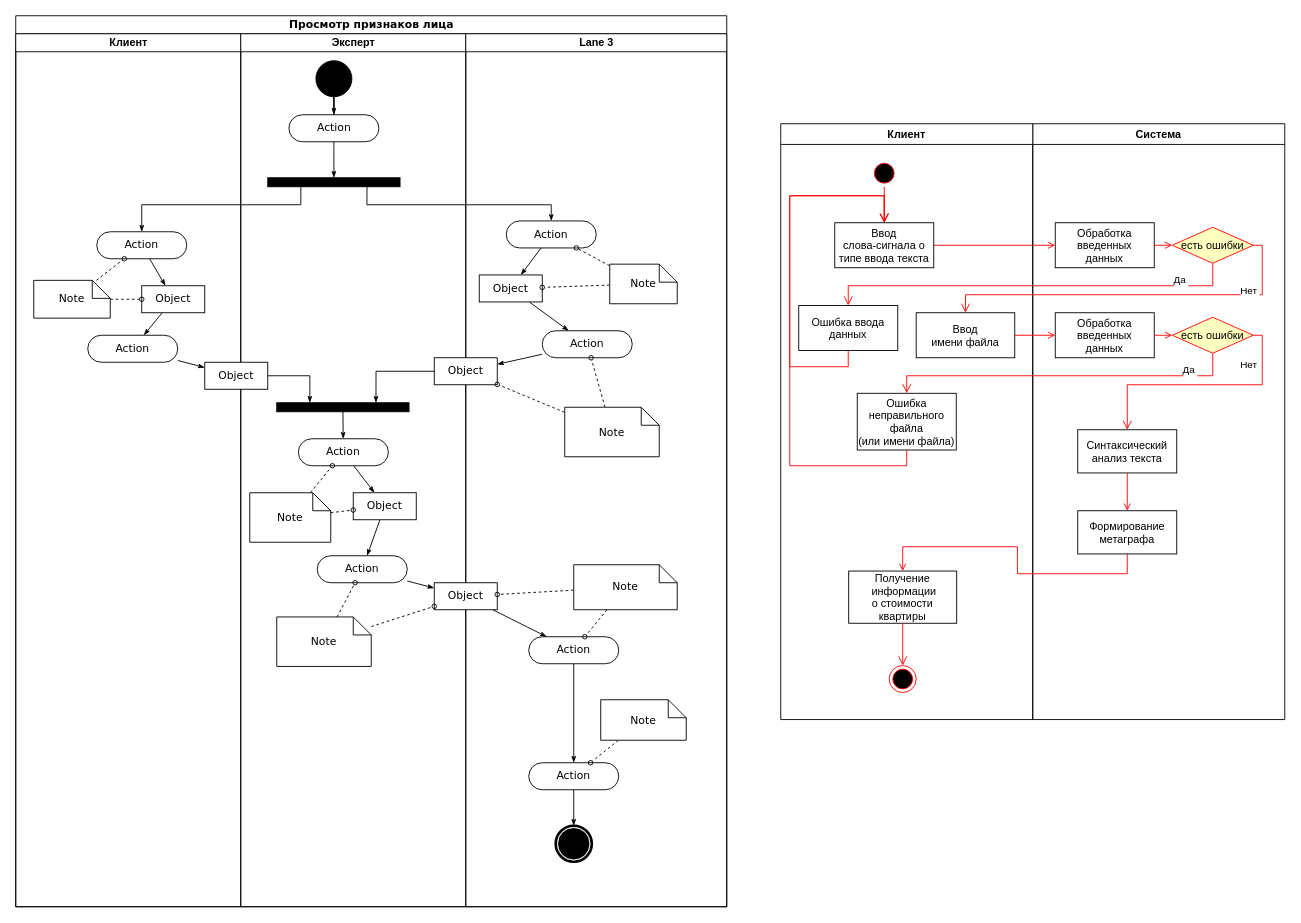
Before: page "Page-1" (1 of 4) of lab4.drawio in DMfananddu/Computing-Facilities-AIPCS, a draw.io diagram. Source tidied: cells renumbered, new cells numbered last; positions are measured from the earlier drawing's top-left corner, leaving out a move shared by most shapes. Both pictures are drawn from the tidied source at 90%, with x=0, y=0 at pixel (15, 15).
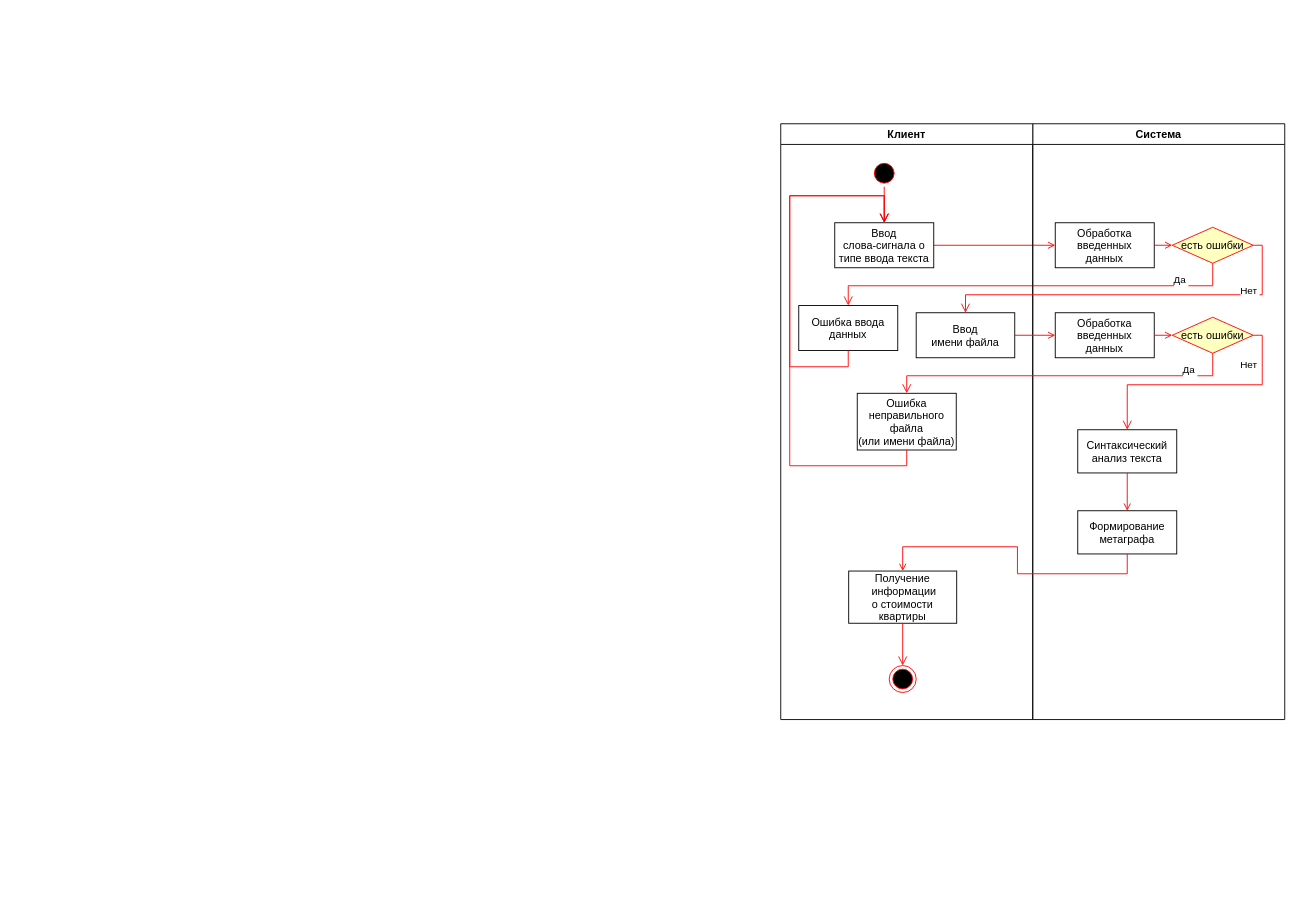
The same page after the edit.

Diff of the diagram source:
```diff
@@
-    <mxCell id="2" value="Просмотр признаков лица" style="swimlane;html=1;startSize=20;rounded=0;shadow=0;comic=0;labelBackgroundColor=none;strokeWidth=1;fontFamily=Verdana;fontSize=12;align=center;" parent="1" vertex="1">
-      <mxGeometry width="790" height="990" as="geometry" />
-    </mxCell>
-    <mxCell id="3" value="Клиент" style="swimlane;html=1;startSize=20;" parent="2" vertex="1">
-      <mxGeometry y="20" width="250" height="970" as="geometry" />
-    </mxCell>
-    <mxCell id="4" style="edgeStyle=none;rounded=0;html=1;labelBackgroundColor=none;startArrow=none;startFill=0;startSize=5;endArrow=classicThin;endFill=1;endSize=5;jettySize=auto;strokeWidth=1;fontFamily=Verdana;fontSize=12;" parent="3" edge="1" source="5" target="8">
-      <mxGeometry relative="1" as="geometry" />
-    </mxCell>
-    <mxCell id="5" value="Action" style="rounded=1;whiteSpace=wrap;html=1;shadow=0;comic=0;labelBackgroundColor=none;strokeWidth=1;fontFamily=Verdana;fontSize=12;align=center;arcSize=50;" parent="3" vertex="1">
-      <mxGeometry x="90" y="220" width="100" height="30" as="geometry" />
-    </mxCell>
-    <mxCell id="6" value="Action" style="rounded=1;whiteSpace=wrap;html=1;shadow=0;comic=0;labelBackgroundColor=none;strokeWidth=1;fontFamily=Verdana;fontSize=12;align=center;arcSize=50;" parent="3" vertex="1">
-      <mxGeometry x="80" y="335" width="100" height="30" as="geometry" />
-    </mxCell>
-    <mxCell id="7" style="edgeStyle=none;rounded=0;html=1;labelBackgroundColor=none;startArrow=none;startFill=0;startSize=5;endArrow=classicThin;endFill=1;endSize=5;jettySize=auto;strokeWidth=1;fontFamily=Verdana;fontSize=12;" parent="3" edge="1" source="8" target="6">
-      <mxGeometry relative="1" as="geometry" />
-    </mxCell>
-    <mxCell id="8" value="Object" style="rounded=0;whiteSpace=wrap;html=1;shadow=0;comic=0;labelBackgroundColor=none;strokeWidth=1;fontFamily=Verdana;fontSize=12;align=center;arcSize=50;" parent="3" vertex="1">
-      <mxGeometry x="140" y="280" width="70" height="30" as="geometry" />
-    </mxCell>
-    <mxCell id="9" style="edgeStyle=none;rounded=0;html=1;labelBackgroundColor=none;startArrow=none;startFill=0;startSize=5;endArrow=oval;endFill=0;endSize=5;jettySize=auto;strokeWidth=1;fontFamily=Verdana;fontSize=12;dashed=1;" parent="3" edge="1" source="11" target="5">
-      <mxGeometry relative="1" as="geometry" />
-    </mxCell>
-    <mxCell id="10" style="edgeStyle=none;rounded=0;html=1;dashed=1;labelBackgroundColor=none;startArrow=none;startFill=0;startSize=5;endArrow=oval;endFill=0;endSize=5;jettySize=auto;strokeWidth=1;fontFamily=Verdana;fontSize=12;" parent="3" edge="1" source="11" target="8">
-      <mxGeometry relative="1" as="geometry" />
-    </mxCell>
-    <mxCell id="11" value="Note" style="shape=note;whiteSpace=wrap;html=1;rounded=0;shadow=0;comic=0;labelBackgroundColor=none;strokeWidth=1;fontFamily=Verdana;fontSize=12;align=center;size=20;" parent="3" vertex="1">
-      <mxGeometry x="20" y="274" width="85" height="42" as="geometry" />
-    </mxCell>
-    <mxCell id="12" value="Эксперт" style="swimlane;html=1;startSize=20;" parent="2" vertex="1">
-      <mxGeometry x="250" y="20" width="250" height="970" as="geometry" />
-    </mxCell>
-    <mxCell id="13" style="whiteSpace=wrap;html=1;rounded=0;shadow=0;comic=0;labelBackgroundColor=none;strokeWidth=1;fillColor=#000000;fontFamily=Verdana;fontSize=12;align=center;rotation=0;" parent="12" vertex="1">
-      <mxGeometry x="30" y="160" width="147" height="10" as="geometry" />
-    </mxCell>
-    <mxCell id="14" style="edgeStyle=none;rounded=0;html=1;labelBackgroundColor=none;startArrow=none;startFill=0;startSize=5;endArrow=classicThin;endFill=1;endSize=5;jettySize=auto;strokeWidth=1;fontFamily=Verdana;fontSize=12;" parent="12" edge="1" source="17" target="23">
-      <mxGeometry relative="1" as="geometry" />
-    </mxCell>
-    <mxCell id="15" value="Action" style="rounded=1;whiteSpace=wrap;html=1;shadow=0;comic=0;labelBackgroundColor=none;strokeWidth=1;fontFamily=Verdana;fontSize=12;align=center;arcSize=50;" parent="12" vertex="1">
-      <mxGeometry x="53.5" y="90" width="100" height="30" as="geometry" />
-    </mxCell>
-    <mxCell id="16" style="ellipse;whiteSpace=wrap;html=1;rounded=0;shadow=0;comic=0;labelBackgroundColor=none;strokeWidth=1;fillColor=#000000;fontFamily=Verdana;fontSize=12;align=center;" parent="12" vertex="1">
-      <mxGeometry x="83.5" y="30" width="40" height="40" as="geometry" />
-    </mxCell>
-    <mxCell id="17" value="Action" style="rounded=1;whiteSpace=wrap;html=1;shadow=0;comic=0;labelBackgroundColor=none;strokeWidth=1;fontFamily=Verdana;fontSize=12;align=center;arcSize=50;" parent="12" vertex="1">
-      <mxGeometry x="64" y="450" width="100" height="30" as="geometry" />
-    </mxCell>
-    <mxCell id="18" style="edgeStyle=none;rounded=0;html=1;labelBackgroundColor=none;startArrow=none;startFill=0;startSize=5;endArrow=classicThin;endFill=1;endSize=5;jettySize=auto;strokeWidth=1;fontFamily=Verdana;fontSize=12;" parent="12" edge="1" source="19" target="17">
-      <mxGeometry relative="1" as="geometry" />
-    </mxCell>
-    <mxCell id="19" style="whiteSpace=wrap;html=1;rounded=0;shadow=0;comic=0;labelBackgroundColor=none;strokeWidth=1;fillColor=#000000;fontFamily=Verdana;fontSize=12;align=center;rotation=0;" parent="12" vertex="1">
-      <mxGeometry x="40" y="410" width="147" height="10" as="geometry" />
-    </mxCell>
-    <mxCell id="20" style="edgeStyle=orthogonalEdgeStyle;rounded=0;html=1;entryX=0.25;entryY=0;labelBackgroundColor=none;startArrow=none;startFill=0;startSize=5;endArrow=classicThin;endFill=1;endSize=5;jettySize=auto;strokeWidth=1;fontFamily=Verdana;fontSize=12;" parent="12" edge="1" source="21" target="19">
-      <mxGeometry relative="1" as="geometry" />
-    </mxCell>
-    <mxCell id="21" value="Object" style="rounded=0;whiteSpace=wrap;html=1;shadow=0;comic=0;labelBackgroundColor=none;strokeWidth=1;fontFamily=Verdana;fontSize=12;align=center;arcSize=50;" parent="12" vertex="1">
-      <mxGeometry x="-40" y="365" width="70" height="30" as="geometry" />
-    </mxCell>
-    <mxCell id="22" style="edgeStyle=none;rounded=0;html=1;labelBackgroundColor=none;startArrow=none;startFill=0;startSize=5;endArrow=classicThin;endFill=1;endSize=5;jettySize=auto;strokeWidth=1;fontFamily=Verdana;fontSize=12;" parent="12" edge="1" source="23" target="24">
-      <mxGeometry relative="1" as="geometry" />
-    </mxCell>
-    <mxCell id="23" value="Object" style="rounded=0;whiteSpace=wrap;html=1;shadow=0;comic=0;labelBackgroundColor=none;strokeWidth=1;fontFamily=Verdana;fontSize=12;align=center;arcSize=50;" parent="12" vertex="1">
-      <mxGeometry x="125" y="510" width="70" height="30" as="geometry" />
-    </mxCell>
-    <mxCell id="24" value="Action" style="rounded=1;whiteSpace=wrap;html=1;shadow=0;comic=0;labelBackgroundColor=none;strokeWidth=1;fontFamily=Verdana;fontSize=12;align=center;arcSize=50;" parent="12" vertex="1">
-      <mxGeometry x="85" y="580" width="100" height="30" as="geometry" />
-    </mxCell>
-    <mxCell id="25" style="edgeStyle=none;rounded=0;html=1;dashed=1;labelBackgroundColor=none;startArrow=none;startFill=0;startSize=5;endArrow=oval;endFill=0;endSize=5;jettySize=auto;strokeWidth=1;fontFamily=Verdana;fontSize=12;" parent="12" edge="1" source="27" target="17">
-      <mxGeometry relative="1" as="geometry" />
-    </mxCell>
-    <mxCell id="26" style="edgeStyle=none;rounded=0;html=1;dashed=1;labelBackgroundColor=none;startArrow=none;startFill=0;startSize=5;endArrow=oval;endFill=0;endSize=5;jettySize=auto;strokeWidth=1;fontFamily=Verdana;fontSize=12;" parent="12" edge="1" source="27" target="23">
-      <mxGeometry relative="1" as="geometry" />
-    </mxCell>
-    <mxCell id="27" value="Note" style="shape=note;whiteSpace=wrap;html=1;rounded=0;shadow=0;comic=0;labelBackgroundColor=none;strokeWidth=1;fontFamily=Verdana;fontSize=12;align=center;size=20;" parent="12" vertex="1">
-      <mxGeometry x="10" y="510" width="90" height="55" as="geometry" />
-    </mxCell>
-    <mxCell id="28" style="edgeStyle=none;rounded=0;html=1;dashed=1;labelBackgroundColor=none;startArrow=none;startFill=0;startSize=5;endArrow=oval;endFill=0;endSize=5;jettySize=auto;strokeWidth=1;fontFamily=Verdana;fontSize=12;" parent="12" edge="1" source="29" target="24">
-      <mxGeometry relative="1" as="geometry" />
-    </mxCell>
-    <mxCell id="29" value="Note" style="shape=note;whiteSpace=wrap;html=1;rounded=0;shadow=0;comic=0;labelBackgroundColor=none;strokeWidth=1;fontFamily=Verdana;fontSize=12;align=center;size=20;" parent="12" vertex="1">
-      <mxGeometry x="40" y="648" width="105" height="55" as="geometry" />
-    </mxCell>
-    <mxCell id="30" style="edgeStyle=orthogonalEdgeStyle;rounded=0;html=1;entryX=0.5;entryY=0;labelBackgroundColor=none;startArrow=none;startFill=0;startSize=5;endArrow=classicThin;endFill=1;endSize=5;jettySize=auto;strokeWidth=1;fontFamily=Verdana;fontSize=12;" parent="12" edge="1" source="15" target="13">
-      <mxGeometry relative="1" as="geometry">
-        <Array as="points">
-          <mxPoint x="104" y="125" />
-        </Array>
-      </mxGeometry>
-    </mxCell>
-    <mxCell id="31" style="edgeStyle=orthogonalEdgeStyle;rounded=0;html=1;labelBackgroundColor=none;startArrow=none;startFill=0;startSize=5;endArrow=classicThin;endFill=1;endSize=5;jettySize=auto;strokeWidth=1;fontFamily=Verdana;fontSize=12;" parent="12" edge="1" source="16" target="15">
-      <mxGeometry relative="1" as="geometry" />
-    </mxCell>
-    <mxCell id="32" value="Lane 3" style="swimlane;html=1;startSize=20;" parent="2" vertex="1">
-      <mxGeometry x="500" y="20" width="290" height="970" as="geometry" />
-    </mxCell>
-    <mxCell id="33" style="rounded=0;html=1;labelBackgroundColor=none;startArrow=none;startFill=0;startSize=5;endArrow=classicThin;endFill=1;endSize=5;jettySize=auto;strokeWidth=1;fontFamily=Verdana;fontSize=12;" parent="32" edge="1" source="34" target="38">
-      <mxGeometry relative="1" as="geometry" />
-    </mxCell>
-    <mxCell id="34" value="Action" style="rounded=1;whiteSpace=wrap;html=1;shadow=0;comic=0;labelBackgroundColor=none;strokeWidth=1;fontFamily=Verdana;fontSize=12;align=center;arcSize=50;" parent="32" vertex="1">
-      <mxGeometry x="45" y="208" width="100" height="30" as="geometry" />
-    </mxCell>
-    <mxCell id="35" style="edgeStyle=none;rounded=0;html=1;labelBackgroundColor=none;startArrow=none;startFill=0;startSize=5;endArrow=classicThin;endFill=1;endSize=5;jettySize=auto;strokeWidth=1;fontFamily=Verdana;fontSize=12;" parent="32" edge="1" source="36" target="39">
-      <mxGeometry relative="1" as="geometry" />
-    </mxCell>
-    <mxCell id="36" value="Action" style="rounded=1;whiteSpace=wrap;html=1;shadow=0;comic=0;labelBackgroundColor=none;strokeWidth=1;fontFamily=Verdana;fontSize=12;align=center;arcSize=50;" parent="32" vertex="1">
-      <mxGeometry x="85" y="330" width="100" height="30" as="geometry" />
-    </mxCell>
-    <mxCell id="37" style="edgeStyle=none;rounded=0;html=1;labelBackgroundColor=none;startArrow=none;startFill=0;startSize=5;endArrow=classicThin;endFill=1;endSize=5;jettySize=auto;strokeWidth=1;fontFamily=Verdana;fontSize=12;" parent="32" edge="1" source="38" target="36">
-      <mxGeometry relative="1" as="geometry" />
-    </mxCell>
-    <mxCell id="38" value="Object" style="rounded=0;whiteSpace=wrap;html=1;shadow=0;comic=0;labelBackgroundColor=none;strokeWidth=1;fontFamily=Verdana;fontSize=12;align=center;arcSize=50;" parent="32" vertex="1">
-      <mxGeometry x="15" y="268" width="70" height="30" as="geometry" />
-    </mxCell>
-    <mxCell id="39" value="Object" style="rounded=0;whiteSpace=wrap;html=1;shadow=0;comic=0;labelBackgroundColor=none;strokeWidth=1;fontFamily=Verdana;fontSize=12;align=center;arcSize=50;" parent="32" vertex="1">
-      <mxGeometry x="-35" y="360" width="70" height="30" as="geometry" />
-    </mxCell>
-    <mxCell id="40" style="edgeStyle=none;rounded=0;html=1;labelBackgroundColor=none;startArrow=none;startFill=0;startSize=5;endArrow=classicThin;endFill=1;endSize=5;jettySize=auto;strokeWidth=1;fontFamily=Verdana;fontSize=12;" parent="32" edge="1" source="41" target="43">
-      <mxGeometry relative="1" as="geometry" />
-    </mxCell>
-    <mxCell id="41" value="Object" style="rounded=0;whiteSpace=wrap;html=1;shadow=0;comic=0;labelBackgroundColor=none;strokeWidth=1;fontFamily=Verdana;fontSize=12;align=center;arcSize=50;" parent="32" vertex="1">
-      <mxGeometry x="-35" y="610" width="70" height="30" as="geometry" />
-    </mxCell>
-    <mxCell id="42" style="edgeStyle=none;rounded=0;html=1;labelBackgroundColor=none;startArrow=none;startFill=0;startSize=5;endArrow=classicThin;endFill=1;endSize=5;jettySize=auto;strokeWidth=1;fontFamily=Verdana;fontSize=12;" parent="32" edge="1" source="43" target="45">
-      <mxGeometry relative="1" as="geometry" />
-    </mxCell>
-    <mxCell id="43" value="Action" style="rounded=1;whiteSpace=wrap;html=1;shadow=0;comic=0;labelBackgroundColor=none;strokeWidth=1;fontFamily=Verdana;fontSize=12;align=center;arcSize=50;" parent="32" vertex="1">
-      <mxGeometry x="70" y="670" width="100" height="30" as="geometry" />
-    </mxCell>
-    <mxCell id="44" style="edgeStyle=none;rounded=0;html=1;labelBackgroundColor=none;startArrow=none;startFill=0;startSize=5;endArrow=classicThin;endFill=1;endSize=5;jettySize=auto;strokeWidth=1;fontFamily=Verdana;fontSize=12;" parent="32" edge="1" source="45" target="46">
-      <mxGeometry relative="1" as="geometry" />
-    </mxCell>
-    <mxCell id="45" value="Action" style="rounded=1;whiteSpace=wrap;html=1;shadow=0;comic=0;labelBackgroundColor=none;strokeWidth=1;fontFamily=Verdana;fontSize=12;align=center;arcSize=50;" parent="32" vertex="1">
-      <mxGeometry x="70" y="810" width="100" height="30" as="geometry" />
-    </mxCell>
-    <mxCell id="46" style="shape=mxgraph.bpmn.shape;html=1;verticalLabelPosition=bottom;labelBackgroundColor=#ffffff;verticalAlign=top;perimeter=ellipsePerimeter;outline=end;symbol=terminate;rounded=0;shadow=0;comic=0;strokeWidth=1;fontFamily=Verdana;fontSize=12;align=center;" parent="32" vertex="1">
-      <mxGeometry x="100" y="880" width="40" height="40" as="geometry" />
-    </mxCell>
-    <mxCell id="47" style="edgeStyle=none;rounded=0;html=1;dashed=1;labelBackgroundColor=none;startArrow=none;startFill=0;startSize=5;endArrow=oval;endFill=0;endSize=5;jettySize=auto;strokeWidth=1;fontFamily=Verdana;fontSize=12;" parent="32" edge="1" source="49" target="34">
-      <mxGeometry relative="1" as="geometry" />
-    </mxCell>
-    <mxCell id="48" style="edgeStyle=none;rounded=0;html=1;dashed=1;labelBackgroundColor=none;startArrow=none;startFill=0;startSize=5;endArrow=oval;endFill=0;endSize=5;jettySize=auto;strokeWidth=1;fontFamily=Verdana;fontSize=12;" parent="32" edge="1" source="49" target="38">
-      <mxGeometry relative="1" as="geometry" />
-    </mxCell>
-    <mxCell id="49" value="Note" style="shape=note;whiteSpace=wrap;html=1;rounded=0;shadow=0;comic=0;labelBackgroundColor=none;strokeWidth=1;fontFamily=Verdana;fontSize=12;align=center;size=20;" parent="32" vertex="1">
-      <mxGeometry x="160" y="256" width="75" height="44" as="geometry" />
-    </mxCell>
-    <mxCell id="50" style="edgeStyle=none;rounded=0;html=1;dashed=1;labelBackgroundColor=none;startArrow=none;startFill=0;startSize=5;endArrow=oval;endFill=0;endSize=5;jettySize=auto;strokeWidth=1;fontFamily=Verdana;fontSize=12;" parent="32" edge="1" source="52" target="36">
-      <mxGeometry relative="1" as="geometry" />
-    </mxCell>
-    <mxCell id="51" style="edgeStyle=none;rounded=0;html=1;dashed=1;labelBackgroundColor=none;startArrow=none;startFill=0;startSize=5;endArrow=oval;endFill=0;endSize=5;jettySize=auto;strokeWidth=1;fontFamily=Verdana;fontSize=12;" parent="32" edge="1" source="52" target="39">
-      <mxGeometry relative="1" as="geometry" />
-    </mxCell>
-    <mxCell id="52" value="Note" style="shape=note;whiteSpace=wrap;html=1;rounded=0;shadow=0;comic=0;labelBackgroundColor=none;strokeWidth=1;fontFamily=Verdana;fontSize=12;align=center;size=20;" parent="32" vertex="1">
-      <mxGeometry x="110" y="415" width="105" height="55" as="geometry" />
-    </mxCell>
-    <mxCell id="53" style="edgeStyle=none;rounded=0;html=1;dashed=1;labelBackgroundColor=none;startArrow=none;startFill=0;startSize=5;endArrow=oval;endFill=0;endSize=5;jettySize=auto;strokeWidth=1;fontFamily=Verdana;fontSize=12;" parent="32" edge="1" source="55" target="43">
-      <mxGeometry relative="1" as="geometry" />
-    </mxCell>
-    <mxCell id="54" style="edgeStyle=none;rounded=0;html=1;dashed=1;labelBackgroundColor=none;startArrow=none;startFill=0;startSize=5;endArrow=oval;endFill=0;endSize=5;jettySize=auto;strokeWidth=1;fontFamily=Verdana;fontSize=12;" parent="32" edge="1" source="55" target="41">
-      <mxGeometry relative="1" as="geometry" />
-    </mxCell>
-    <mxCell id="55" value="Note" style="shape=note;whiteSpace=wrap;html=1;rounded=0;shadow=0;comic=0;labelBackgroundColor=none;strokeWidth=1;fontFamily=Verdana;fontSize=12;align=center;size=20;" parent="32" vertex="1">
-      <mxGeometry x="120" y="590" width="115" height="50" as="geometry" />
-    </mxCell>
-    <mxCell id="56" style="edgeStyle=none;rounded=0;html=1;dashed=1;labelBackgroundColor=none;startArrow=none;startFill=0;startSize=5;endArrow=oval;endFill=0;endSize=5;jettySize=auto;strokeWidth=1;fontFamily=Verdana;fontSize=12;" parent="32" edge="1" source="57" target="45">
-      <mxGeometry relative="1" as="geometry" />
-    </mxCell>
-    <mxCell id="57" value="Note" style="shape=note;whiteSpace=wrap;html=1;rounded=0;shadow=0;comic=0;labelBackgroundColor=none;strokeWidth=1;fontFamily=Verdana;fontSize=12;align=center;size=20;" parent="32" vertex="1">
-      <mxGeometry x="150" y="740" width="95" height="45" as="geometry" />
-    </mxCell>
-    <mxCell id="58" style="edgeStyle=orthogonalEdgeStyle;rounded=0;html=1;exitX=0.75;exitY=1;labelBackgroundColor=none;startArrow=none;startFill=0;startSize=5;endArrow=classicThin;endFill=1;endSize=5;jettySize=auto;strokeWidth=1;fontFamily=Verdana;fontSize=12;" parent="2" edge="1" source="13" target="34">
-      <mxGeometry relative="1" as="geometry">
-        <Array as="points">
-          <mxPoint x="390" y="210" />
-          <mxPoint x="595" y="210" />
-        </Array>
-      </mxGeometry>
-    </mxCell>
-    <mxCell id="59" style="edgeStyle=orthogonalEdgeStyle;rounded=0;html=1;exitX=0.25;exitY=1;entryX=0.5;entryY=0;labelBackgroundColor=none;startArrow=none;startFill=0;startSize=5;endArrow=classicThin;endFill=1;endSize=5;jettySize=auto;strokeWidth=1;fontFamily=Verdana;fontSize=12;" parent="2" edge="1" source="13" target="5">
-      <mxGeometry relative="1" as="geometry">
-        <Array as="points">
-          <mxPoint x="317" y="210" />
-          <mxPoint x="140" y="210" />
-        </Array>
-      </mxGeometry>
-    </mxCell>
-    <mxCell id="60" style="edgeStyle=orthogonalEdgeStyle;rounded=0;html=1;entryX=0.75;entryY=0;labelBackgroundColor=none;startArrow=none;startFill=0;startSize=5;endArrow=classicThin;endFill=1;endSize=5;jettySize=auto;strokeWidth=1;fontFamily=Verdana;fontSize=12;" parent="2" edge="1" source="39" target="19">
-      <mxGeometry relative="1" as="geometry" />
-    </mxCell>
-    <mxCell id="61" style="edgeStyle=none;rounded=0;html=1;labelBackgroundColor=none;startArrow=none;startFill=0;startSize=5;endArrow=classicThin;endFill=1;endSize=5;jettySize=auto;strokeWidth=1;fontFamily=Verdana;fontSize=12;" parent="2" edge="1" source="6" target="21">
-      <mxGeometry relative="1" as="geometry" />
-    </mxCell>
-    <mxCell id="62" style="edgeStyle=none;rounded=0;html=1;labelBackgroundColor=none;startArrow=none;startFill=0;startSize=5;endArrow=classicThin;endFill=1;endSize=5;jettySize=auto;strokeWidth=1;fontFamily=Verdana;fontSize=12;" parent="2" edge="1" source="24" target="41">
-      <mxGeometry relative="1" as="geometry" />
-    </mxCell>
-    <mxCell id="63" style="edgeStyle=none;rounded=0;html=1;dashed=1;labelBackgroundColor=none;startArrow=none;startFill=0;startSize=5;endArrow=oval;endFill=0;endSize=5;jettySize=auto;strokeWidth=1;fontFamily=Verdana;fontSize=12;" parent="2" edge="1" source="29" target="41">
-      <mxGeometry relative="1" as="geometry" />
-    </mxCell>
```
